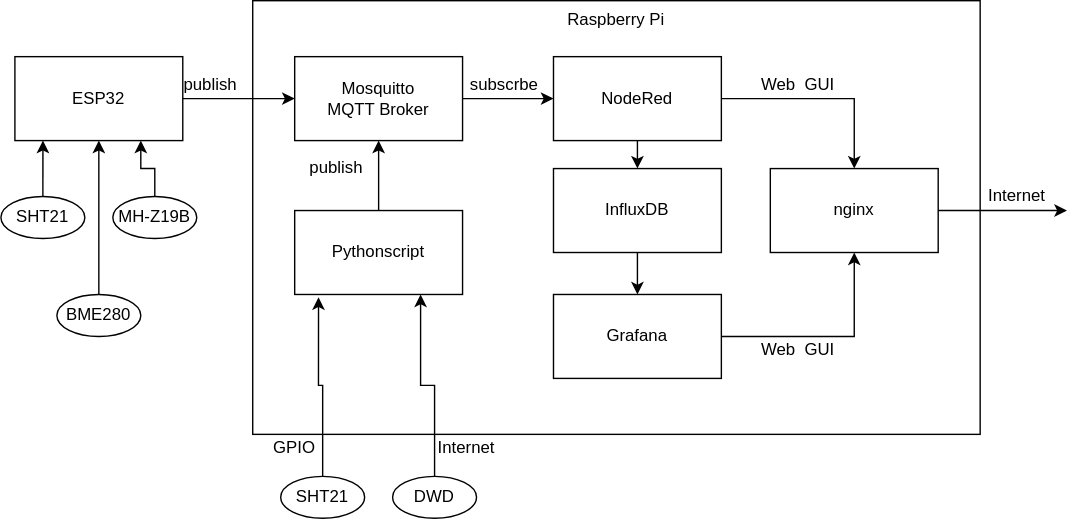
The draw.io diagram doc/esp_sensor.svg in gldhnchn/esp_sensor, before a commit. Source tidied: cells renumbered, new cells last; positions are measured from the earlier drawing's top-left corner, leaving out a move shared by most shapes. Its diagram source:
```xml
<mxGraphModel>
  <root>
    <mxCell id="0" />
    <mxCell id="1" parent="0" />
    <mxCell id="2" value="ESP32" style="rounded=0;whiteSpace=wrap;html=1;" parent="1" vertex="1">
      <mxGeometry x="10" y="40" width="120" height="60" as="geometry" />
    </mxCell>
    <mxCell id="3" value="Raspberry Pi" style="rounded=0;whiteSpace=wrap;html=1;verticalAlign=top;" parent="1" vertex="1">
      <mxGeometry x="180" width="520" height="310" as="geometry" />
    </mxCell>
    <mxCell id="4" style="edgeStyle=orthogonalEdgeStyle;rounded=0;jettySize=auto;html=1;exitX=1;exitY=0.5;exitDx=0;exitDy=0;entryX=0;entryY=0.5;entryDx=0;entryDy=0;" parent="1" edge="1" source="5" target="8">
      <mxGeometry relative="1" as="geometry" />
    </mxCell>
    <mxCell id="5" value="Mosquitto&lt;br&gt;MQTT Broker" style="rounded=0;whiteSpace=wrap;html=1;" parent="1" vertex="1">
      <mxGeometry x="210" y="40" width="120" height="60" as="geometry" />
    </mxCell>
    <mxCell id="6" style="edgeStyle=orthogonalEdgeStyle;rounded=0;jettySize=auto;html=1;exitX=1;exitY=0.5;exitDx=0;exitDy=0;entryX=0.5;entryY=0;entryDx=0;entryDy=0;" parent="1" edge="1" source="8" target="17">
      <mxGeometry relative="1" as="geometry" />
    </mxCell>
    <mxCell id="7" style="edgeStyle=orthogonalEdgeStyle;rounded=0;jettySize=auto;html=1;exitX=0.5;exitY=1;exitDx=0;exitDy=0;entryX=0.5;entryY=0;entryDx=0;entryDy=0;" parent="1" edge="1" source="8" target="10">
      <mxGeometry relative="1" as="geometry" />
    </mxCell>
    <mxCell id="8" value="NodeRed" style="rounded=0;whiteSpace=wrap;html=1;" parent="1" vertex="1">
      <mxGeometry x="395" y="40" width="120" height="60" as="geometry" />
    </mxCell>
    <mxCell id="9" style="edgeStyle=orthogonalEdgeStyle;rounded=0;jettySize=auto;html=1;exitX=0.5;exitY=1;exitDx=0;exitDy=0;" parent="1" edge="1" source="10" target="12">
      <mxGeometry relative="1" as="geometry" />
    </mxCell>
    <mxCell id="10" value="InfluxDB" style="rounded=0;whiteSpace=wrap;html=1;" parent="1" vertex="1">
      <mxGeometry x="395" y="120" width="120" height="60" as="geometry" />
    </mxCell>
    <mxCell id="11" style="edgeStyle=orthogonalEdgeStyle;rounded=0;jettySize=auto;html=1;exitX=1;exitY=0.5;exitDx=0;exitDy=0;" parent="1" edge="1" source="12" target="17">
      <mxGeometry relative="1" as="geometry" />
    </mxCell>
    <mxCell id="12" value="Grafana" style="rounded=0;whiteSpace=wrap;html=1;" parent="1" vertex="1">
      <mxGeometry x="395" y="210" width="120" height="60" as="geometry" />
    </mxCell>
    <mxCell id="13" style="edgeStyle=orthogonalEdgeStyle;rounded=0;jettySize=auto;html=1;exitX=0.5;exitY=0;exitDx=0;exitDy=0;entryX=0.5;entryY=1;entryDx=0;entryDy=0;" parent="1" edge="1" source="14" target="5">
      <mxGeometry relative="1" as="geometry" />
    </mxCell>
    <mxCell id="14" value="Pythonscript" style="rounded=0;whiteSpace=wrap;html=1;" parent="1" vertex="1">
      <mxGeometry x="210" y="150" width="120" height="60" as="geometry" />
    </mxCell>
    <mxCell id="15" style="edgeStyle=orthogonalEdgeStyle;rounded=0;jettySize=auto;html=1;exitX=1;exitY=0.5;exitDx=0;exitDy=0;entryX=0;entryY=0.5;entryDx=0;entryDy=0;" parent="1" edge="1" source="2" target="5">
      <mxGeometry relative="1" as="geometry" />
    </mxCell>
    <mxCell id="16" style="edgeStyle=orthogonalEdgeStyle;rounded=0;jettySize=auto;html=1;exitX=1;exitY=0.5;exitDx=0;exitDy=0;" parent="1" edge="1" source="17">
      <mxGeometry relative="1" as="geometry">
        <mxPoint x="762" y="150" as="targetPoint" />
      </mxGeometry>
    </mxCell>
    <mxCell id="17" value="nginx" style="rounded=0;whiteSpace=wrap;html=1;" parent="1" vertex="1">
      <mxGeometry x="550" y="120" width="120" height="60" as="geometry" />
    </mxCell>
    <mxCell id="18" value="Web&amp;nbsp; GUI" style="text;html=1;strokeColor=none;fillColor=none;align=center;verticalAlign=middle;whiteSpace=wrap;rounded=0;" parent="1" vertex="1">
      <mxGeometry x="540" y="50" width="60" height="20" as="geometry" />
    </mxCell>
    <mxCell id="19" value="Web&amp;nbsp; GUI" style="text;html=1;strokeColor=none;fillColor=none;align=center;verticalAlign=middle;whiteSpace=wrap;rounded=0;" parent="1" vertex="1">
      <mxGeometry x="540" y="240" width="60" height="20" as="geometry" />
    </mxCell>
    <mxCell id="20" value="Internet" style="text;html=1;align=center;verticalAlign=middle;" parent="1" vertex="1">
      <mxGeometry x="696" y="130" width="60" height="20" as="geometry" />
    </mxCell>
    <mxCell id="21" value="publish" style="text;html=1;strokeColor=none;fillColor=none;align=center;verticalAlign=middle;whiteSpace=wrap;rounded=0;" parent="1" vertex="1">
      <mxGeometry x="130" y="50" width="40" height="20" as="geometry" />
    </mxCell>
    <mxCell id="22" value="publish" style="text;html=1;strokeColor=none;fillColor=none;align=center;verticalAlign=middle;whiteSpace=wrap;rounded=0;" parent="1" vertex="1">
      <mxGeometry x="220" y="110" width="40" height="20" as="geometry" />
    </mxCell>
    <mxCell id="23" value="subscrbe" style="text;html=1;strokeColor=none;fillColor=none;align=center;verticalAlign=middle;whiteSpace=wrap;rounded=0;" parent="1" vertex="1">
      <mxGeometry x="340" y="50" width="40" height="20" as="geometry" />
    </mxCell>
    <mxCell id="24" style="edgeStyle=orthogonalEdgeStyle;rounded=0;jettySize=auto;html=1;exitX=0.5;exitY=0;exitDx=0;exitDy=0;entryX=0.142;entryY=1.033;entryDx=0;entryDy=0;entryPerimeter=0;" parent="1" edge="1" source="25" target="14">
      <mxGeometry relative="1" as="geometry" />
    </mxCell>
    <mxCell id="25" value="SHT21" style="ellipse;whiteSpace=wrap;html=1;" parent="1" vertex="1">
      <mxGeometry x="200" y="340" width="60" height="30" as="geometry" />
    </mxCell>
    <mxCell id="26" style="edgeStyle=orthogonalEdgeStyle;rounded=0;jettySize=auto;html=1;exitX=0.5;exitY=0;exitDx=0;exitDy=0;entryX=0.75;entryY=1;entryDx=0;entryDy=0;" parent="1" edge="1" source="27" target="14">
      <mxGeometry relative="1" as="geometry" />
    </mxCell>
    <mxCell id="27" value="DWD" style="ellipse;whiteSpace=wrap;html=1;" parent="1" vertex="1">
      <mxGeometry x="280" y="340" width="60" height="30" as="geometry" />
    </mxCell>
    <mxCell id="28" style="edgeStyle=orthogonalEdgeStyle;rounded=0;jettySize=auto;html=1;entryX=0.167;entryY=1;entryDx=0;entryDy=0;entryPerimeter=0;" parent="1" edge="1" source="29" target="2">
      <mxGeometry relative="1" as="geometry" />
    </mxCell>
    <mxCell id="29" value="SHT21" style="ellipse;whiteSpace=wrap;html=1;" parent="1" vertex="1">
      <mxGeometry y="140" width="60" height="30" as="geometry" />
    </mxCell>
    <mxCell id="30" style="edgeStyle=orthogonalEdgeStyle;rounded=0;jettySize=auto;html=1;entryX=0.75;entryY=1;entryDx=0;entryDy=0;" parent="1" edge="1" source="31" target="2">
      <mxGeometry relative="1" as="geometry" />
    </mxCell>
    <mxCell id="31" value="MH-Z19B" style="ellipse;whiteSpace=wrap;html=1;" parent="1" vertex="1">
      <mxGeometry x="80" y="140" width="60" height="30" as="geometry" />
    </mxCell>
    <mxCell id="32" style="edgeStyle=orthogonalEdgeStyle;rounded=0;jettySize=auto;html=1;entryX=0.5;entryY=1;entryDx=0;entryDy=0;" parent="1" edge="1" source="33" target="2">
      <mxGeometry relative="1" as="geometry" />
    </mxCell>
    <mxCell id="33" value="BME280" style="ellipse;whiteSpace=wrap;html=1;" parent="1" vertex="1">
      <mxGeometry x="40" y="210" width="60" height="30" as="geometry" />
    </mxCell>
    <mxCell id="34" value="GPIO" style="text;html=1;strokeColor=none;fillColor=none;align=center;verticalAlign=middle;whiteSpace=wrap;rounded=0;" parent="1" vertex="1">
      <mxGeometry x="190" y="310" width="40" height="20" as="geometry" />
    </mxCell>
    <mxCell id="35" value="Internet" style="text;html=1;strokeColor=none;fillColor=none;align=center;verticalAlign=middle;whiteSpace=wrap;rounded=0;" parent="1" vertex="1">
      <mxGeometry x="313" y="310" width="40" height="20" as="geometry" />
    </mxCell>
  </root>
</mxGraphModel>
```
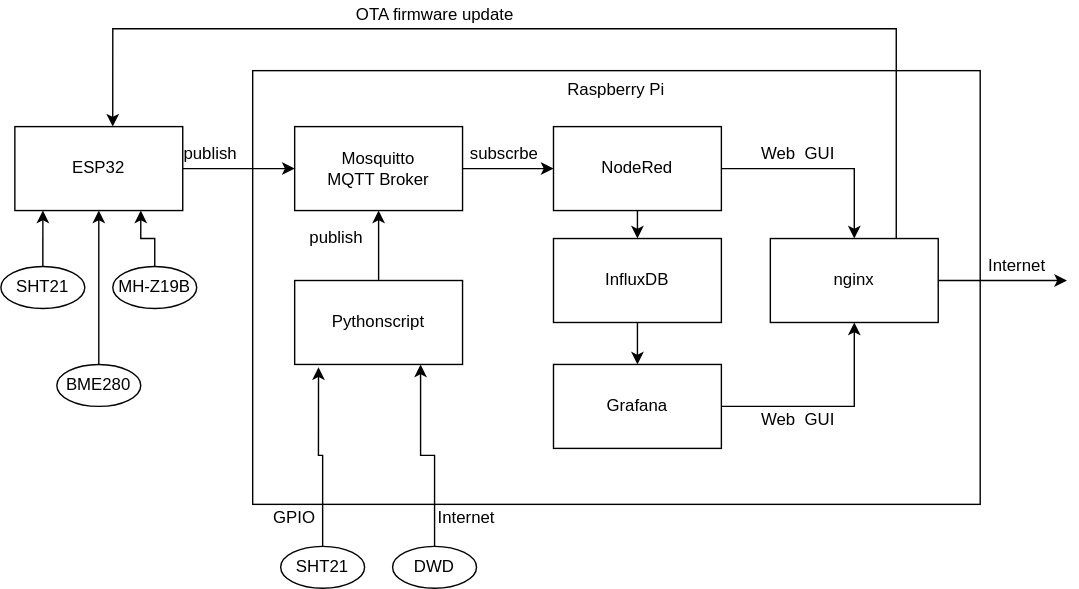
After the change.

Commit message:
Add ota to system structure

Change to the diagram source:
```diff
@@ -49,6 +49,14 @@
         <mxPoint x="762" y="150" as="targetPoint" />
       </mxGeometry>
     </mxCell>
+    <mxCell id="36" style="edgeStyle=orthogonalEdgeStyle;rounded=0;jettySize=auto;html=1;exitX=0.75;exitY=0;exitDx=0;exitDy=0;entryX=0.583;entryY=0;entryDx=0;entryDy=0;entryPerimeter=0;" parent="1" edge="1" source="17" target="2">
+      <mxGeometry relative="1" as="geometry">
+        <Array as="points">
+          <mxPoint x="640" y="-30" />
+          <mxPoint x="80" y="-30" />
+        </Array>
+      </mxGeometry>
+    </mxCell>
     <mxCell id="17" value="nginx" style="rounded=0;whiteSpace=wrap;html=1;" parent="1" vertex="1">
       <mxGeometry x="550" y="120" width="120" height="60" as="geometry" />
     </mxCell>
@@ -106,5 +114,8 @@
     <mxCell id="35" value="Internet" style="text;html=1;strokeColor=none;fillColor=none;align=center;verticalAlign=middle;whiteSpace=wrap;rounded=0;" parent="1" vertex="1">
       <mxGeometry x="313" y="310" width="40" height="20" as="geometry" />
     </mxCell>
+    <mxCell id="37" value="OTA firmware update" style="text;html=1;align=center;verticalAlign=middle;" parent="1" vertex="1">
+      <mxGeometry x="245" y="-50" width="130" height="20" as="geometry" />
+    </mxCell>
   </root>
 </mxGraphModel>
```
